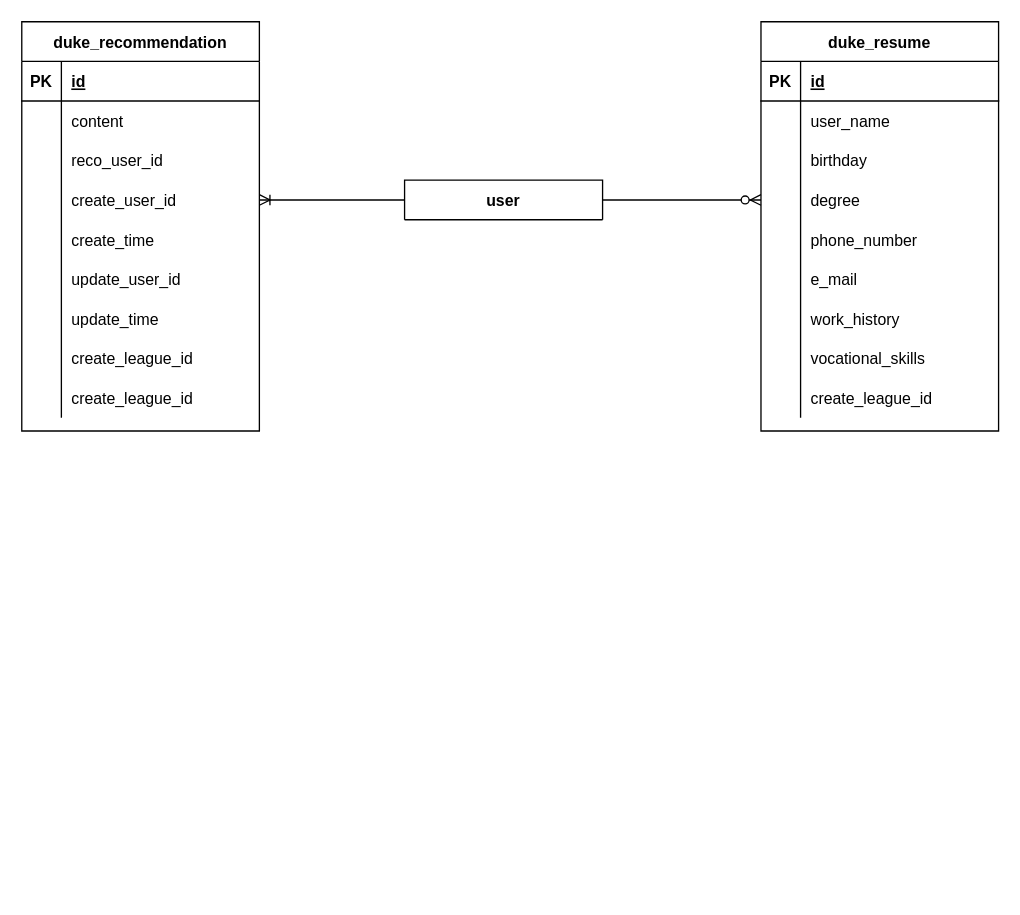
The draw.io diagram dukeRED.drawio in JohntunLiu/diagrams, before the edit. Source tidied: cells renumbered, new cells numbered last; positions are measured from the earlier drawing's top-left corner, leaving out a move shared by most shapes. Both pictures are drawn from the tidied source at 132%, with x=0, y=0 at pixel (21, 21).
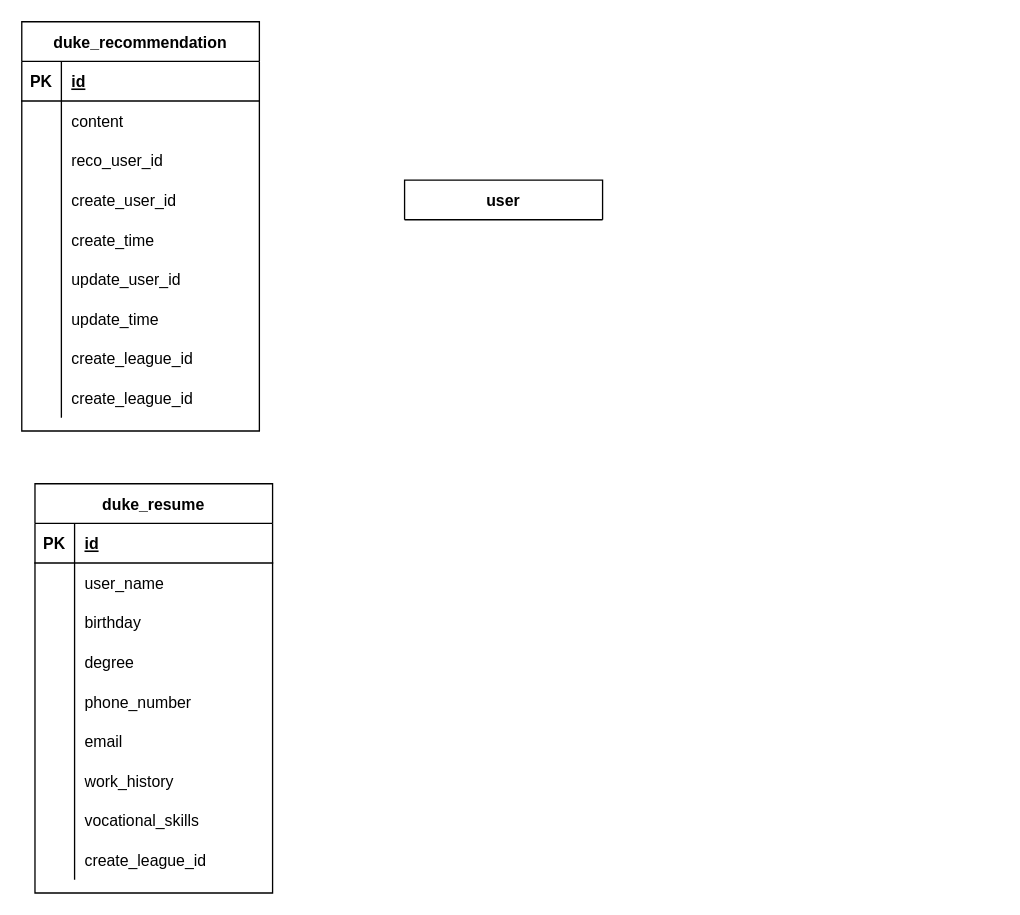
The same page after the edit.

Unchanged cells that the change refers to:
```xml
<mxCell id="12" style="shape=tableRow;horizontal=0;startSize=0;swimlaneHead=0;swimlaneBody=0;fillColor=none;points=[[0,0.5],[1,0.5]];portConstraint=eastwest;top=0;left=0;right=0;bottom=0;" parent="2" vertex="1">
  <mxGeometry y="120" width="180" height="30" as="geometry" />
</mxCell>
<mxCell id="40" style="shape=tableRow;horizontal=0;startSize=0;swimlaneHead=0;swimlaneBody=0;fillColor=none;points=[[0,0.5],[1,0.5]];portConstraint=eastwest;top=0;left=0;right=0;bottom=0;" parent="30" vertex="1">
  <mxGeometry y="120" width="180" height="30" as="geometry" />
</mxCell>
<mxCell id="46" style="shape=tableRow;horizontal=0;startSize=0;swimlaneHead=0;swimlaneBody=0;fillColor=none;top=0;left=0;right=0;bottom=0;" parent="30" vertex="1">
  <mxGeometry y="180" width="180" height="30" as="geometry" />
</mxCell>
<mxCell id="58" value="user" style="shape=table;startSize=30;childLayout=tableLayout;rowLines=0;fontStyle=1;align=center;" parent="1" vertex="1" collapsed="1">
  <mxGeometry x="290" y="120" width="150" height="30" as="geometry" />
</mxCell>
```

What changed in the source:
```diff
@@
     <mxCell id="30" value="duke_resume" style="shape=table;startSize=30;childLayout=tableLayout;rowLines=0;fontStyle=1;align=center;" parent="1" vertex="1">
-      <mxGeometry x="560" width="180" height="310" as="geometry" />
+      <mxGeometry x="10" y="350" width="180" height="310" as="geometry" />
     </mxCell>
@@
-    <mxCell id="48" value="e_mail" style="shape=partialRectangle;fillColor=none;top=0;left=0;bottom=0;right=0;align=left;spacingLeft=6;overflow=hidden;" parent="46" vertex="1">
+    <mxCell id="48" value="email" style="shape=partialRectangle;fillColor=none;top=0;left=0;bottom=0;right=0;align=left;spacingLeft=6;overflow=hidden;" parent="46" vertex="1">
       <mxGeometry x="30" width="150" height="30" as="geometry" />
     </mxCell>
@@
-    <mxCell id="59" style="edgeStyle=entityRelationEdgeStyle;fontSize=12;html=1;endArrow=ERoneToMany;rounded=0;entryX=1;entryY=0.5;entryDx=0;entryDy=0;exitX=0;exitY=0.5;exitDx=0;exitDy=0;" parent="1" edge="1" source="58" target="12">
-      <mxGeometry relative="1" as="geometry" />
-    </mxCell>
-    <mxCell id="60" style="edgeStyle=entityRelationEdgeStyle;fontSize=12;html=1;endArrow=ERzeroToMany;endFill=1;rounded=0;exitX=1;exitY=0.5;exitDx=0;exitDy=0;entryX=0;entryY=0.5;entryDx=0;entryDy=0;" parent="1" edge="1" source="58" target="40">
-      <mxGeometry relative="1" as="geometry" />
-    </mxCell>
```
